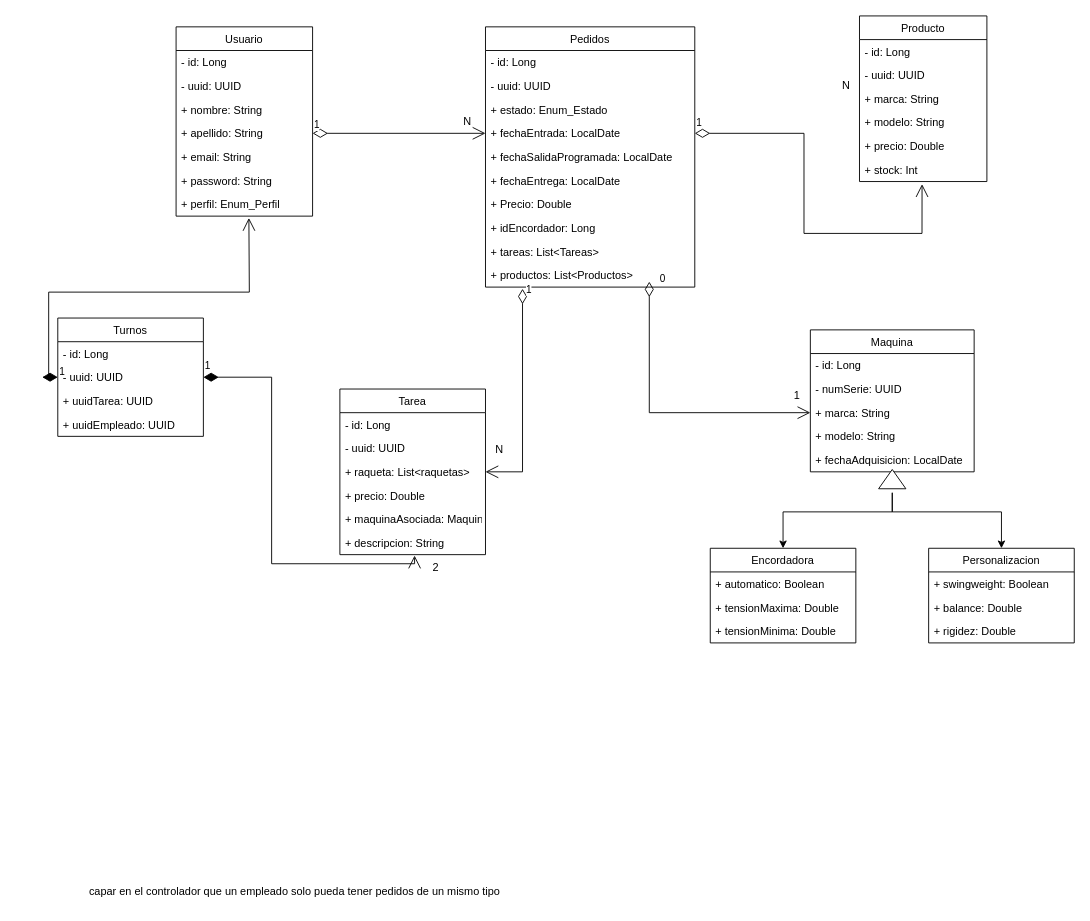
Before: metadata/DiagramaClasesTenisLab.drawio in RuyMi/PracticaTenistasLab_AccesoADatos, a draw.io diagram. Source tidied: cells renumbered, new cells numbered last; positions are measured from the earlier drawing's top-left corner, leaving out a move shared by most shapes. Both pictures are drawn from the tidied source at 91%, with x=0, y=0 at pixel (57, 15).
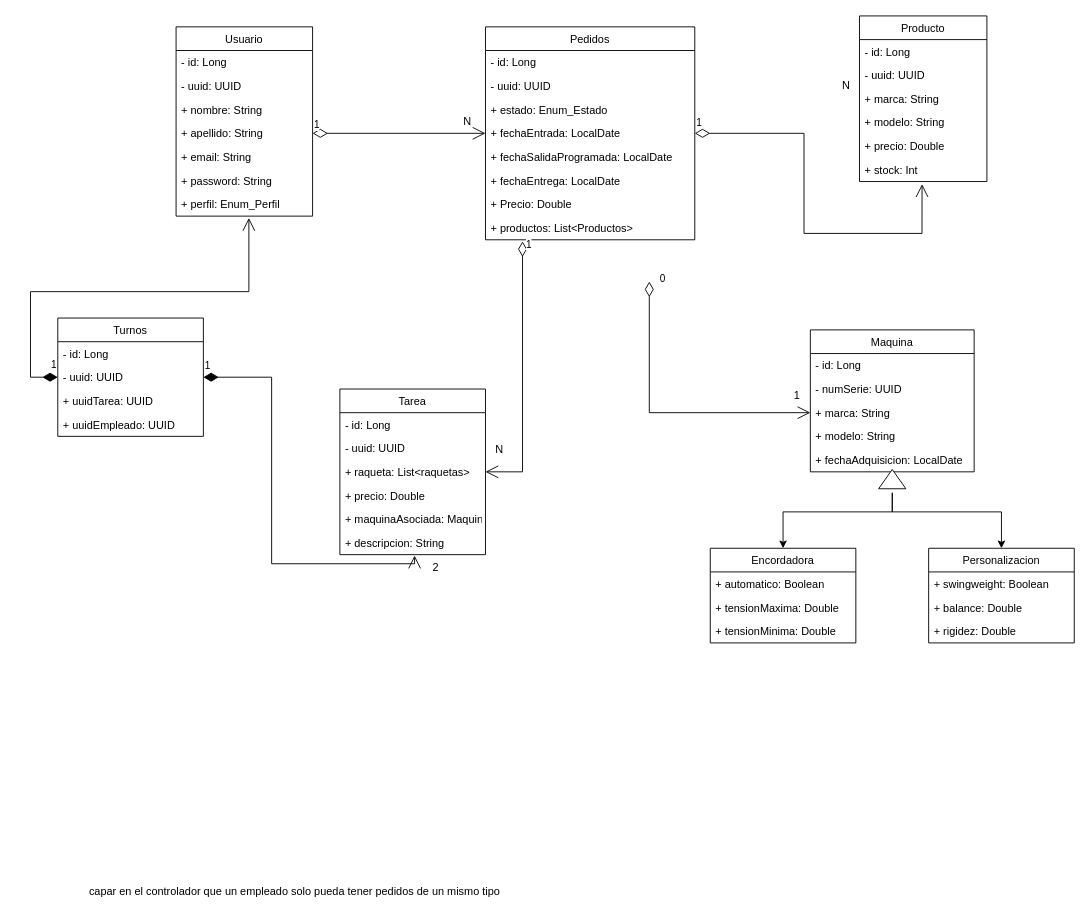
The same page after the edit.

The change refers to these unchanged cells:
```xml
<mxCell id="63" value="- uuid: UUID" style="text;strokeColor=none;fillColor=none;align=left;verticalAlign=top;spacingLeft=4;spacingRight=4;overflow=hidden;points=[[0,0.5],[1,0.5]];portConstraint=eastwest;" parent="61" vertex="1">
  <mxGeometry y="52" width="160" height="26" as="geometry" />
</mxCell>
```

The edit, as a diff of the source:
```diff
@@
     <mxCell id="10" value="Pedidos" style="swimlane;fontStyle=0;horizontal=1;startSize=26;fillColor=none;" parent="1" vertex="1">
-      <mxGeometry x="470" y="12" width="230" height="286" as="geometry" />
+      <mxGeometry x="470" y="12" width="230" height="234" as="geometry" />
     </mxCell>
@@
-    <mxCell id="18" value="+ idEncordador: Long" style="text;strokeColor=none;fillColor=none;align=left;verticalAlign=top;spacingLeft=4;spacingRight=4;overflow=hidden;" parent="10" vertex="1">
-      <mxGeometry y="208" width="230" height="26" as="geometry" />
-    </mxCell>
-    <mxCell id="19" value="+ tareas: List&lt;Tareas&gt;&#10;" style="text;strokeColor=none;fillColor=none;align=left;verticalAlign=top;spacingLeft=4;spacingRight=4;overflow=hidden;" parent="10" vertex="1">
-      <mxGeometry y="234" width="230" height="26" as="geometry" />
-    </mxCell>
     <mxCell id="20" value="+ productos: List&lt;Productos&gt;" style="text;strokeColor=none;fillColor=none;align=left;verticalAlign=top;spacingLeft=4;spacingRight=4;overflow=hidden;points=[[0,0.5],[1,0.5]];portConstraint=eastwest;" parent="10" vertex="1">
-      <mxGeometry y="260" width="230" height="26" as="geometry" />
+      <mxGeometry y="208" width="230" height="26" as="geometry" />
     </mxCell>
@@
     <mxCell id="68" value="1" style="endArrow=open;html=1;endSize=12;startArrow=diamondThin;startSize=14;startFill=1;edgeStyle=orthogonalEdgeStyle;align=left;verticalAlign=bottom;rounded=0;exitX=0;exitY=0.5;exitDx=0;exitDy=0;" parent="1" edge="1" source="63">
-      <mxGeometry x="-1" y="3" relative="1" as="geometry">
+      <mxGeometry x="-0.96" y="-5" relative="1" as="geometry">
         <mxPoint x="210" y="222" as="targetPoint" />
+        <Array as="points">
+          <mxPoint x="-30" y="397" />
+          <mxPoint x="-30" y="303" />
+          <mxPoint x="210" y="303" />
+        </Array>
       </mxGeometry>
     </mxCell>
```
